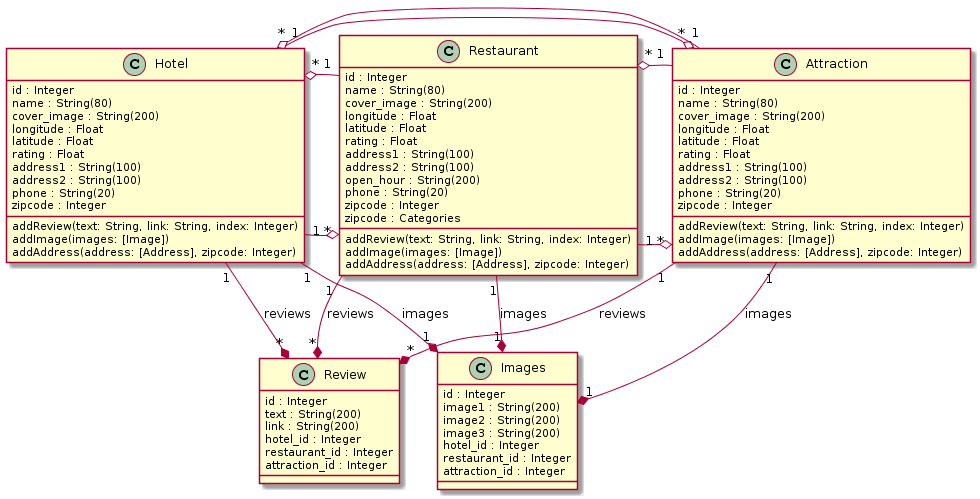
Above: UML/uml_diagrams.png in juanitotaveras/tacoboutaustin (PlantUML), before the change.
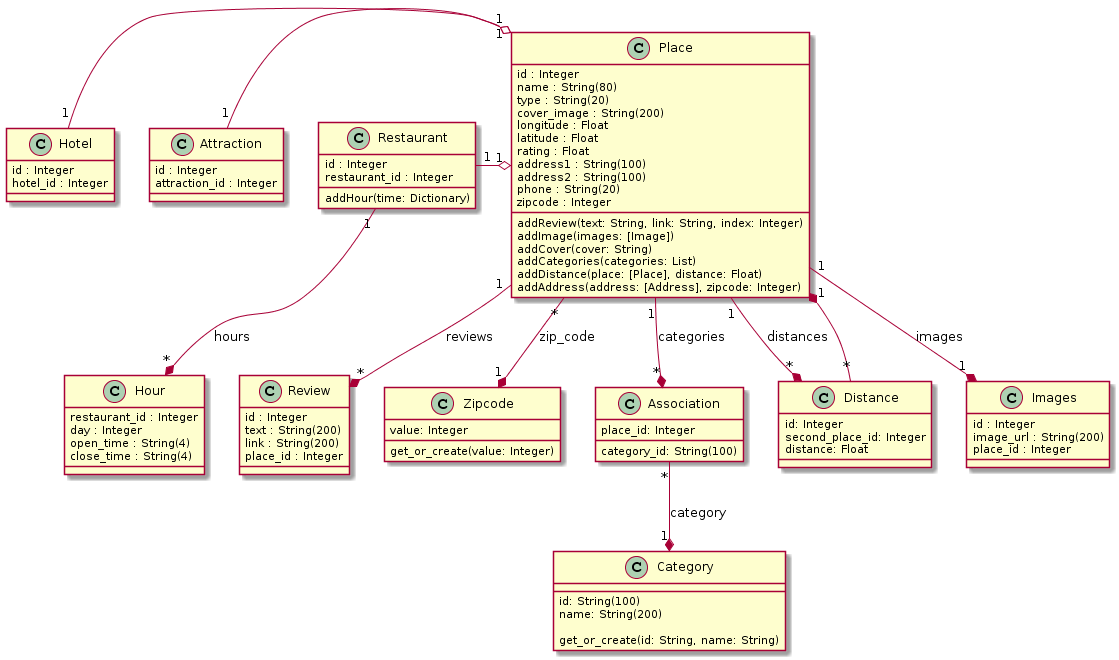
Above is the later version.

What changed in the source:
```diff
@@ -1,22 +1,22 @@
 @startuml
-Hotel "1" -o "*" Restaurant
-Hotel "1" -o "*" Attraction
-Hotel "1" --* "1" Images : images
-Hotel "1" --* "*" Review : reviews
+Hotel "1" -o "1" Place
+Attraction "1" -o "1" Place
+Restaurant "1" -o "1" Place
 
-Restaurant "1" -o "*" Hotel
-Restaurant "1" -o "*" Attraction
-Restaurant "1" --* "1" Images : images
-Restaurant "1" --* "*" Review : reviews
+Place "1" --* "1" Images : images
+Place "1" --* "*" Review : reviews
+Place "*" --* "1" Zipcode : zip_code
+Place "1" --* "*" Association : categories
+Place "1" --* "*" Distance : distances
 
-Attraction "1" -o "*" Restaurant
-Attraction "1" -o "*" Hotel
-Attraction "1" --* "1" Images : images
-Attraction "1" --* "*" Review : reviews
+Association "*" --* "1" Category: category
+Distance "*" --* "1" Place
+Restaurant "1" --* "*" Hour: hours
 
-class Hotel {
+class Place {
   {field}id : Integer
   {field}name : String(80)
+  {field}type : String(20)
   {field}cover_image : String(200)
   {field}longitude : Float
   {field}latitude : Float
@@ -28,61 +28,70 @@
 
   addReview(text: String, link: String, index: Integer)
   addImage(images: [Image])
+  addCover(cover: String)
+  addCategories(categories: List)
+  addDistance(place: [Place], distance: Float)
   addAddress(address: [Address], zipcode: Integer)
+}
+
+class Hotel {
+  {field}id : Integer
+  {field}hotel_id : Integer
 }
 
 class Restaurant {
   {field}id : Integer
-  {field}name : String(80)
-  {field}cover_image : String(200)
-  {field}longitude : Float
-  {field}latitude : Float
-  {field}rating : Float
-  {field}address1 : String(100)
-  {field}address2 : String(100)
-  {field}open_hour : String(200)
-  {field}phone : String(20)
-  {field}zipcode : Integer
-  {field}zipcode : Categories
+  {field}restaurant_id : Integer
 
-  addReview(text: String, link: String, index: Integer)
-  addImage(images: [Image])
-  addAddress(address: [Address], zipcode: Integer)
+  addHour(time: Dictionary)
 }
 
 class Attraction {
   {field}id : Integer
-  {field}name : String(80)
-  {field}cover_image : String(200)
-  {field}longitude : Float
-  {field}latitude : Float
-  {field}rating : Float
-  {field}address1 : String(100)
-  {field}address2 : String(100)
-  {field}phone : String(20)
-  {field}zipcode : Integer
-
-  addReview(text: String, link: String, index: Integer)
-  addImage(images: [Image])
-  addAddress(address: [Address], zipcode: Integer)
+  {field}attraction_id : Integer
 }
 
 class Images {
   {field}id : Integer
-  {field}image1 : String(200)
-  {field}image2 : String(200)
-  {field}image3 : String(200)
-  {field}hotel_id : Integer
-  {field}restaurant_id : Integer
-  {field}attraction_id : Integer
+  {field}image_url : String(200)
+  {field}place_id : Integer
 }
 
 class Review {
   {field}id : Integer
   {field}text : String(200)
   {field}link : String(200)
-  {field}hotel_id : Integer
+  {field}place_id : Integer
+}
+
+class Hour {
   {field}restaurant_id : Integer
-  {field}attraction_id : Integer
+  {field}day : Integer
+  {field}open_time : String(4)
+  {field}close_time : String(4)
+}
+
+class Distance {
+  id: Integer
+  second_place_id: Integer
+  distance: Float
+}
+
+class Category {
+  id: String(100)
+  name: String(200)
+
+  get_or_create(id: String, name: String)
+}
+
+class Association {
+  category_id: String(100)
+  place_id: Integer
+}
+
+class Zipcode {
+  value: Integer
+
+  get_or_create(value: Integer)
 }
 @enduml
```
